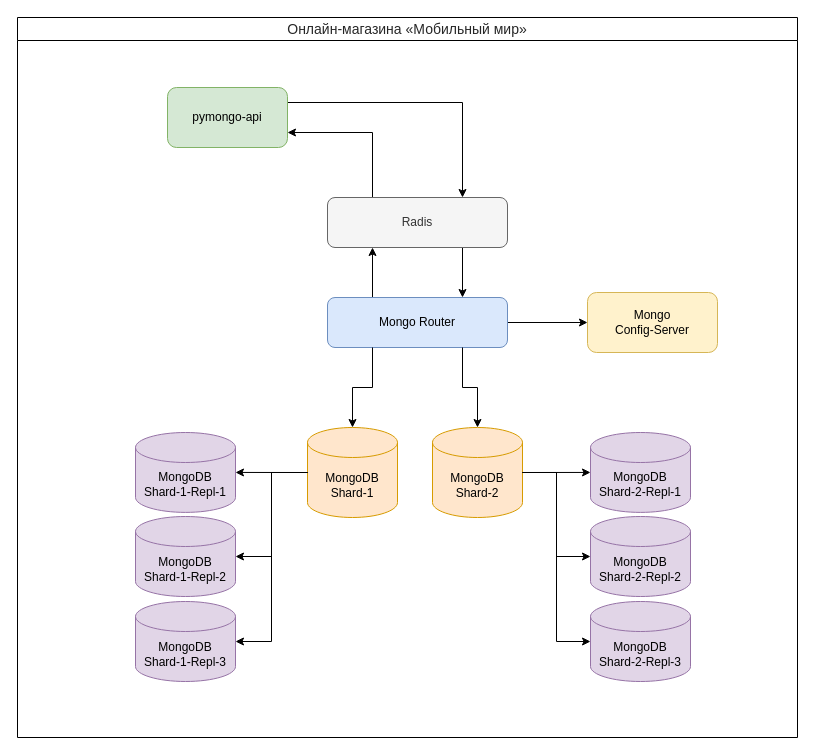
This is schemes/task1_step3.drawio from ai-rogachev/architecture-black_friday, a draw.io file, before an edit. Source tidied: cells renumbered, new cells numbered last; positions are measured from the earlier drawing's top-left corner, leaving out a move shared by most shapes. Both pictures are drawn from the tidied source at 100%, with x=0, y=0 at pixel (17, 17).
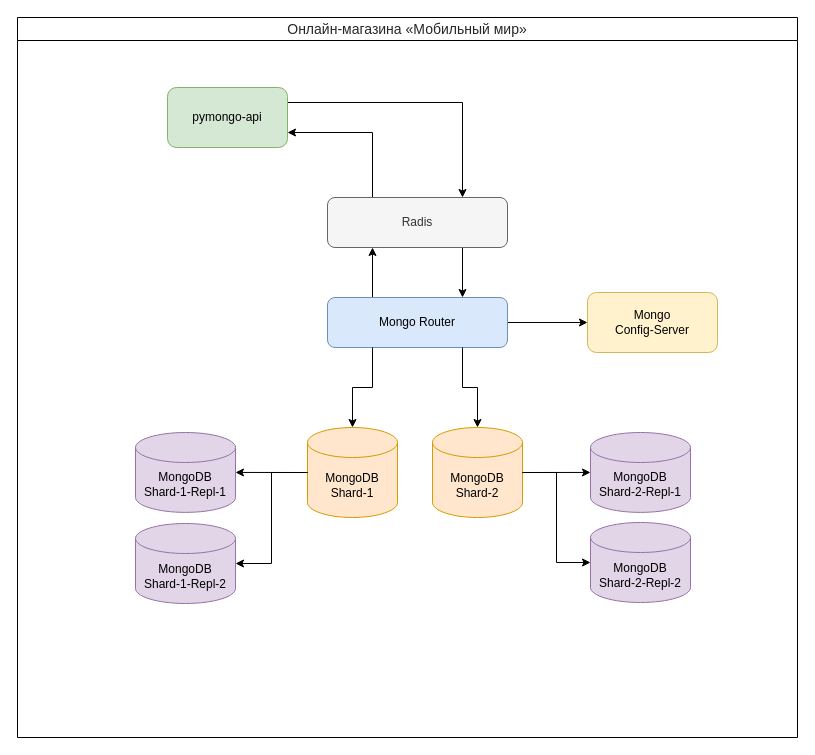
Above is the later version.

Commit message (it also covers changes not shown here):
Task 4: fix after testing

Unchanged cells that the change refers to:
```xml
<mxCell id="2" value="&lt;span style=&quot;color: rgba(0, 0, 0, 0.85); font-weight: 400; text-align: start; white-space-collapse: preserve; background-color: rgb(255, 255, 255);&quot;&gt;&lt;font face=&quot;Helvetica&quot; style=&quot;font-size: 14px;&quot;&gt;Онлайн-магазина «Мобильный мир»&lt;/font&gt;&lt;/span&gt;" style="swimlane;whiteSpace=wrap;html=1;" parent="1" vertex="1">
  <mxGeometry width="780" height="720" as="geometry" />
</mxCell>
<mxCell id="3" value="MongoDB&lt;div&gt;Shard-1&lt;/div&gt;" style="shape=cylinder3;whiteSpace=wrap;html=1;boundedLbl=1;backgroundOutline=1;size=15;fillColor=#ffe6cc;strokeColor=#d79b00;" parent="2" vertex="1">
  <mxGeometry x="290" y="410" width="90" height="90" as="geometry" />
</mxCell>
<mxCell id="11" value="MongoDB&lt;div&gt;Shard-2&lt;/div&gt;" style="shape=cylinder3;whiteSpace=wrap;html=1;boundedLbl=1;backgroundOutline=1;size=15;fillColor=#ffe6cc;strokeColor=#d79b00;" parent="2" vertex="1">
  <mxGeometry x="415" y="410" width="90" height="90" as="geometry" />
</mxCell>
```

Diff of the diagram source:
```diff
@@
-    <mxCell id="14" value="MongoDB&lt;div&gt;Shard-1-Repl-3&lt;/div&gt;" style="shape=cylinder3;whiteSpace=wrap;html=1;boundedLbl=1;backgroundOutline=1;size=15;fillColor=#e1d5e7;strokeColor=#9673a6;" parent="2" vertex="1">
-      <mxGeometry x="118" y="584" width="100" height="80" as="geometry" />
-    </mxCell>
     <mxCell id="15" value="MongoDB&lt;div&gt;Shard-1-Repl-2&lt;/div&gt;" style="shape=cylinder3;whiteSpace=wrap;html=1;boundedLbl=1;backgroundOutline=1;size=15;fillColor=#e1d5e7;strokeColor=#9673a6;" parent="2" vertex="1">
-      <mxGeometry x="118" y="499" width="100" height="80" as="geometry" />
+      <mxGeometry x="118" y="506" width="100" height="80" as="geometry" />
     </mxCell>
@@
-    <mxCell id="17" value="MongoDB&lt;div&gt;Shard-2-Repl-3&lt;/div&gt;" style="shape=cylinder3;whiteSpace=wrap;html=1;boundedLbl=1;backgroundOutline=1;size=15;fillColor=#e1d5e7;strokeColor=#9673a6;" parent="2" vertex="1">
-      <mxGeometry x="573" y="584" width="100" height="80" as="geometry" />
-    </mxCell>
     <mxCell id="18" value="MongoDB&lt;div&gt;Shard-2-Repl-2&lt;/div&gt;" style="shape=cylinder3;whiteSpace=wrap;html=1;boundedLbl=1;backgroundOutline=1;size=15;fillColor=#e1d5e7;strokeColor=#9673a6;" parent="2" vertex="1">
-      <mxGeometry x="573" y="499" width="100" height="80" as="geometry" />
+      <mxGeometry x="573" y="505" width="100" height="80" as="geometry" />
     </mxCell>
@@
-    <mxCell id="24" style="edgeStyle=orthogonalEdgeStyle;rounded=0;jettySize=auto;html=1;exitX=0;exitY=0.5;exitDx=0;exitDy=0;exitPerimeter=0;entryX=1;entryY=0.5;entryDx=0;entryDy=0;entryPerimeter=0;" parent="2" edge="1" source="3" target="14">
-      <mxGeometry relative="1" as="geometry" />
-    </mxCell>
@@
-    <mxCell id="26" style="edgeStyle=orthogonalEdgeStyle;rounded=0;jettySize=auto;html=1;exitX=1;exitY=0.5;exitDx=0;exitDy=0;exitPerimeter=0;entryX=0;entryY=0.5;entryDx=0;entryDy=0;entryPerimeter=0;" parent="2" edge="1" source="11" target="17">
-      <mxGeometry relative="1" as="geometry" />
-    </mxCell>
```
